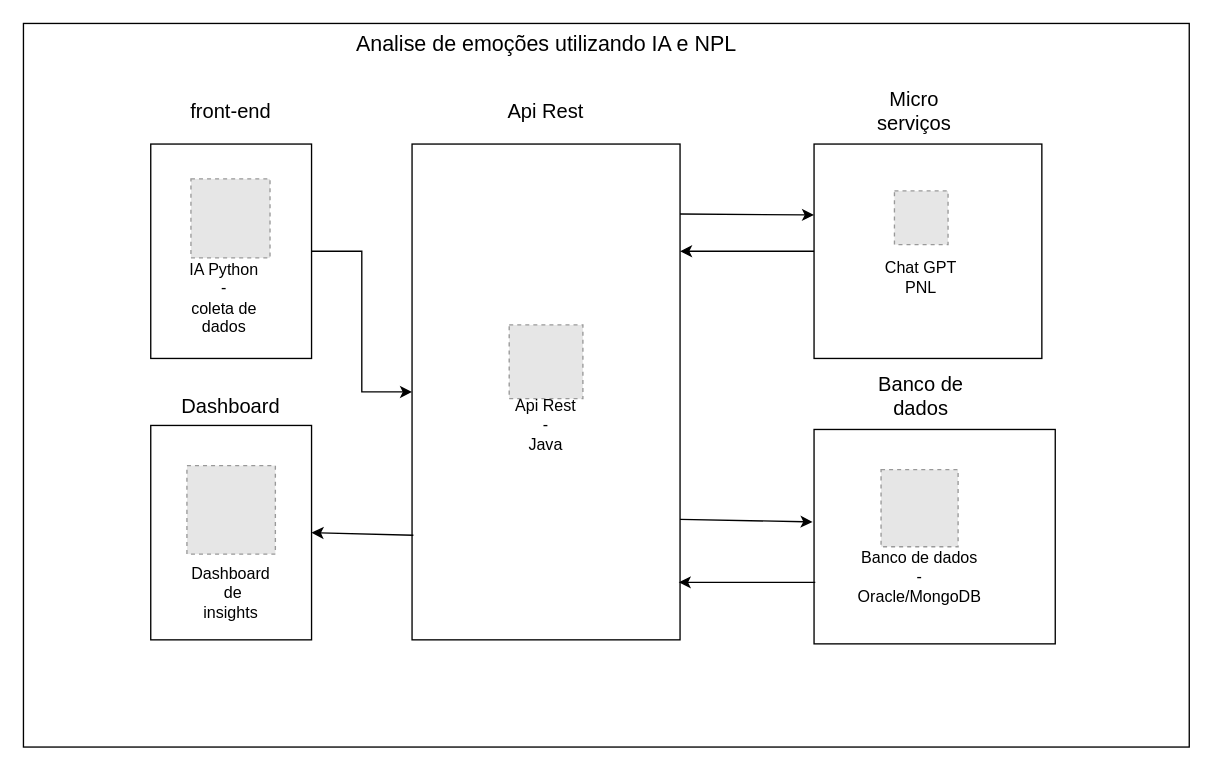
This is Diagrama sem nome.drawio from JuliaNery/Draw.io, a draw.io file, before an edit. Source tidied: cells renumbered, new cells numbered last; positions are measured from the earlier drawing's top-left corner, leaving out a move shared by most shapes. Both pictures are drawn from the tidied source at 134%, with x=0, y=0 at pixel (23, 23). Pictures stored in the file or linked from it are replaced by grey dashed boxes.
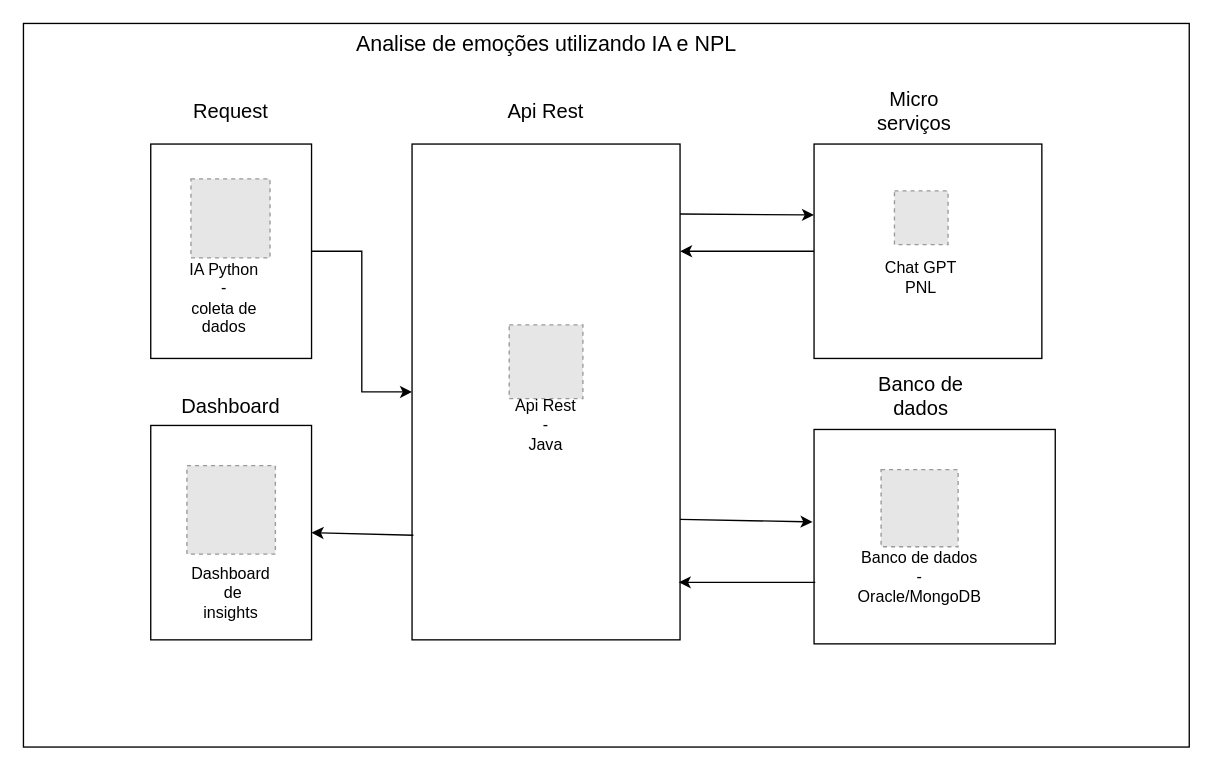
The same diagram, later.

What changed in the source:
```diff
@@
-    <mxCell id="5" value="&lt;font style=&quot;font-size: 15px;&quot;&gt;front-end&lt;/font&gt;" style="text;html=1;align=center;verticalAlign=middle;whiteSpace=wrap;rounded=0;" parent="1" vertex="1">
+    <mxCell id="5" value="&lt;font style=&quot;font-size: 15px;&quot;&gt;Request&lt;/font&gt;" style="text;html=1;align=center;verticalAlign=middle;whiteSpace=wrap;rounded=0;" parent="1" vertex="1">
       <mxGeometry x="110" y="50" width="90" height="30" as="geometry" />
     </mxCell>
```
